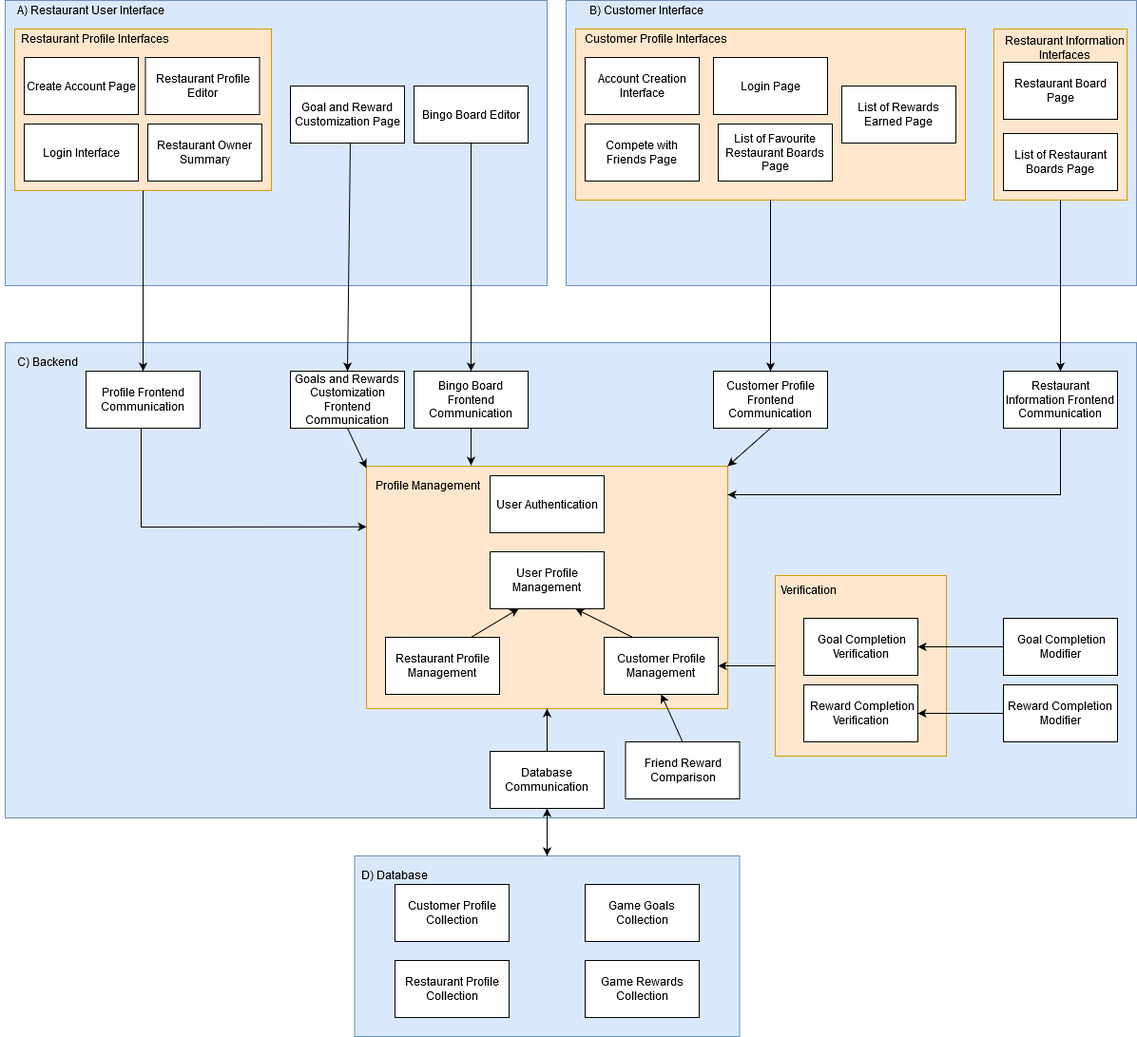
Above: teamWebsite/public/assets/d4/img/d4_box_diagram.png in tahmid-haque/bytes-rewards (draw.io), before the change. Source tidied: cells renumbered, new cells last; positions are measured from the earlier drawing's top-left corner, leaving out a move shared by most shapes.
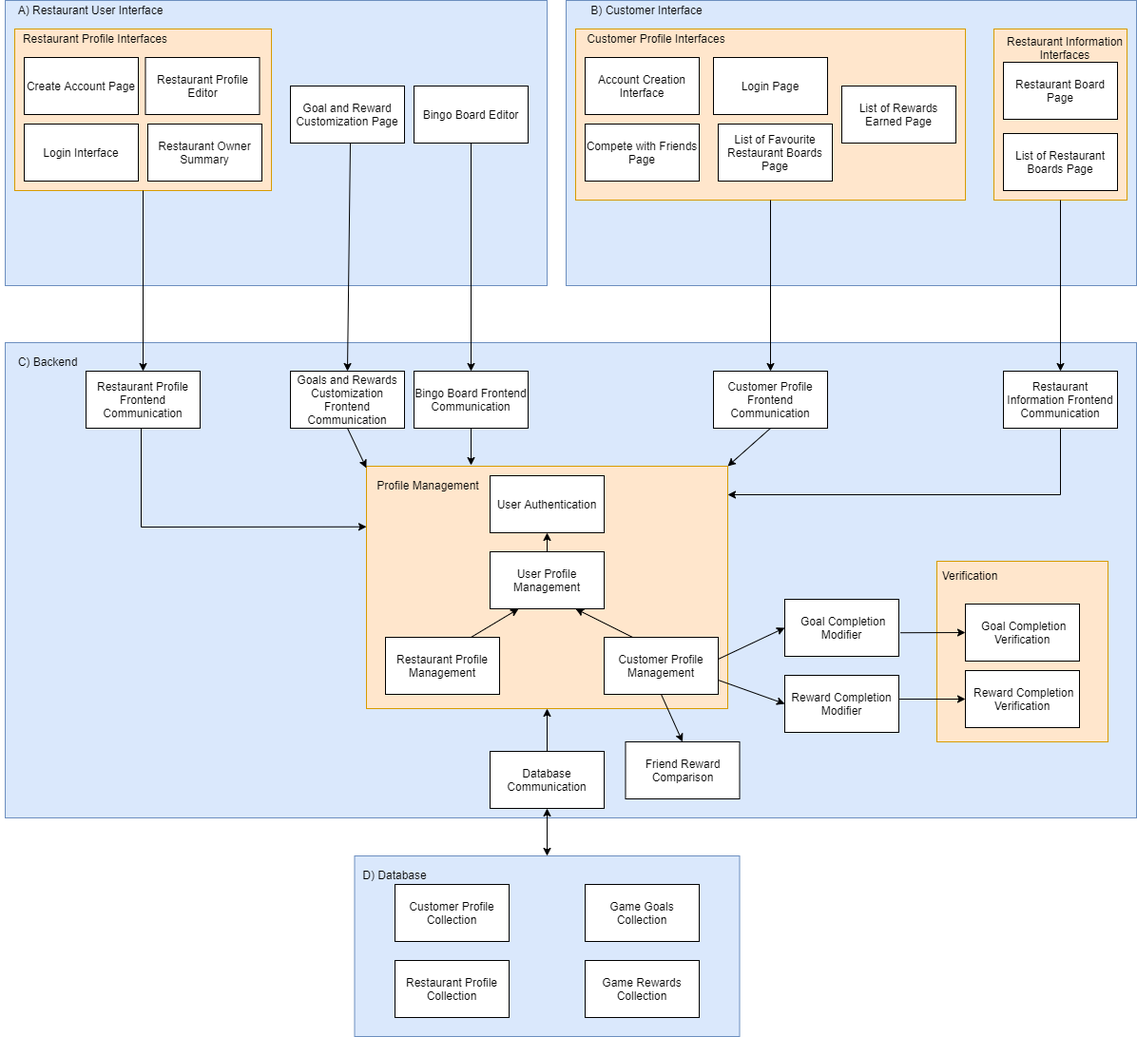
Later version of the same file.

Commit message:
Made edits to box and line diagram and explanations

Diff of the diagram source:
```diff
@@ -68,22 +68,22 @@
       <mxGeometry x="415" y="930" width="120" height="60" as="geometry" />
     </mxCell>
     <mxCell id="20" style="rounded=0;whiteSpace=wrap;html=1;fillColor=#ffe6cc;strokeColor=#d79b00;" parent="1" vertex="1">
-      <mxGeometry x="815" y="605" width="180" height="190" as="geometry" />
+      <mxGeometry x="985" y="590" width="180" height="190" as="geometry" />
     </mxCell>
     <mxCell id="21" value="&amp;nbsp;Goal Completion Modifier" style="rounded=0;whiteSpace=wrap;html=1;" parent="1" vertex="1">
-      <mxGeometry x="1055" y="650" width="120" height="60" as="geometry" />
+      <mxGeometry x="825" y="630" width="120" height="60" as="geometry" />
     </mxCell>
     <mxCell id="22" value="Reward Completion Modifier" style="rounded=0;whiteSpace=wrap;html=1;" parent="1" vertex="1">
-      <mxGeometry x="1055" y="720" width="120" height="60" as="geometry" />
+      <mxGeometry x="825" y="710" width="120" height="60" as="geometry" />
     </mxCell>
     <mxCell id="23" value="&amp;nbsp;Goal Completion Verification" style="rounded=0;whiteSpace=wrap;html=1;" parent="1" vertex="1">
-      <mxGeometry x="845" y="650" width="120" height="60" as="geometry" />
+      <mxGeometry x="1015" y="635" width="120" height="60" as="geometry" />
     </mxCell>
     <mxCell id="24" value="Verification" style="text;html=1;strokeColor=none;fillColor=none;align=center;verticalAlign=middle;whiteSpace=wrap;rounded=0;" parent="1" vertex="1">
-      <mxGeometry x="830" y="610" width="40" height="20" as="geometry" />
+      <mxGeometry x="1000" y="595" width="40" height="20" as="geometry" />
     </mxCell>
     <mxCell id="25" value="&amp;nbsp;Reward Completion Verification" style="rounded=0;whiteSpace=wrap;html=1;" parent="1" vertex="1">
-      <mxGeometry x="845" y="720" width="120" height="60" as="geometry" />
+      <mxGeometry x="1015" y="705" width="120" height="60" as="geometry" />
     </mxCell>
     <mxCell id="26" value="Goal and Reward Customization Page" style="rounded=0;whiteSpace=wrap;html=1;" parent="1" vertex="1">
       <mxGeometry x="305" y="90" width="120" height="60" as="geometry" />
@@ -127,7 +127,7 @@
     <mxCell id="39" value="Customer Profile Interfaces" style="text;html=1;strokeColor=none;fillColor=none;align=center;verticalAlign=middle;whiteSpace=wrap;rounded=0;" parent="1" vertex="1">
       <mxGeometry x="605" y="30" width="170" height="20" as="geometry" />
     </mxCell>
-    <mxCell id="40" value="Profile Frontend Communication" style="rounded=0;whiteSpace=wrap;html=1;" parent="1" vertex="1">
+    <mxCell id="40" value="Restaurant Profile Frontend Communication" style="rounded=0;whiteSpace=wrap;html=1;" parent="1" vertex="1">
       <mxGeometry x="90" y="390" width="120" height="60" as="geometry" />
     </mxCell>
     <mxCell id="41" style="rounded=0;whiteSpace=wrap;html=1;fillColor=#ffe6cc;strokeColor=#d79b00;" parent="1" vertex="1">
@@ -192,18 +192,6 @@
     <mxCell id="60" style="endArrow=classic;html=1;entryX=0.25;entryY=1;entryDx=0;entryDy=0;exitX=0.75;exitY=0;exitDx=0;exitDy=0;" parent="1" edge="1" source="56" target="55">
       <mxGeometry relative="1" as="geometry" />
     </mxCell>
-    <mxCell id="61" style="endArrow=classic;html=1;entryX=1;entryY=0.5;entryDx=0;entryDy=0;exitX=0;exitY=0.5;exitDx=0;exitDy=0;" parent="1" edge="1" source="20" target="57">
-      <mxGeometry relative="1" as="geometry" />
-    </mxCell>
-    <mxCell id="62" style="endArrow=classic;html=1;exitX=0;exitY=0.5;exitDx=0;exitDy=0;entryX=1;entryY=0.5;entryDx=0;entryDy=0;" parent="1" edge="1" source="21" target="23">
-      <mxGeometry relative="1" as="geometry" />
-    </mxCell>
-    <mxCell id="63" style="endArrow=classic;html=1;entryX=1;entryY=0.5;entryDx=0;entryDy=0;exitX=0;exitY=0.5;exitDx=0;exitDy=0;" parent="1" edge="1" source="22" target="25">
-      <mxGeometry relative="1" as="geometry" />
-    </mxCell>
-    <mxCell id="64" style="endArrow=classic;html=1;exitX=0.5;exitY=0;exitDx=0;exitDy=0;entryX=0.5;entryY=1;entryDx=0;entryDy=0;" parent="1" edge="1" source="18" target="57">
-      <mxGeometry relative="1" as="geometry" />
-    </mxCell>
     <mxCell id="65" value="User Authentication" style="rounded=0;whiteSpace=wrap;html=1;" parent="1" vertex="1">
       <mxGeometry x="515" y="500" width="120" height="60" as="geometry" />
     </mxCell>
@@ -239,5 +227,23 @@
         </Array>
       </mxGeometry>
     </mxCell>
+    <mxCell id="72" style="endArrow=classic;html=1;exitX=0.5;exitY=1;exitDx=0;exitDy=0;entryX=0.5;entryY=0;entryDx=0;entryDy=0;" parent="1" edge="1" source="57" target="18">
+      <mxGeometry relative="1" as="geometry" />
+    </mxCell>
+    <mxCell id="73" style="endArrow=classic;html=1;exitX=0.997;exitY=0.386;exitDx=0;exitDy=0;exitPerimeter=0;entryX=0;entryY=0.5;entryDx=0;entryDy=0;" parent="1" edge="1" source="57" target="21">
+      <mxGeometry relative="1" as="geometry" />
+    </mxCell>
+    <mxCell id="74" style="endArrow=classic;html=1;exitX=1;exitY=0.75;exitDx=0;exitDy=0;entryX=0;entryY=0.5;entryDx=0;entryDy=0;" parent="1" edge="1" source="57" target="22">
+      <mxGeometry relative="1" as="geometry" />
+    </mxCell>
+    <mxCell id="62" style="endArrow=classic;html=1;exitX=1.014;exitY=0.587;exitDx=0;exitDy=0;entryX=0;entryY=0.5;entryDx=0;entryDy=0;exitPerimeter=0;" parent="1" edge="1" source="21" target="23">
+      <mxGeometry relative="1" as="geometry" />
+    </mxCell>
+    <mxCell id="63" style="endArrow=classic;html=1;exitX=1;exitY=0.417;exitDx=0;exitDy=0;entryX=0;entryY=0.5;entryDx=0;entryDy=0;exitPerimeter=0;" parent="1" edge="1" source="22" target="25">
+      <mxGeometry relative="1" as="geometry" />
+    </mxCell>
+    <mxCell id="75" style="endArrow=classic;html=1;exitX=0.5;exitY=0;exitDx=0;exitDy=0;entryX=0.5;entryY=1;entryDx=0;entryDy=0;" parent="1" edge="1" source="55" target="65">
+      <mxGeometry relative="1" as="geometry" />
+    </mxCell>
   </root>
 </mxGraphModel>
```
